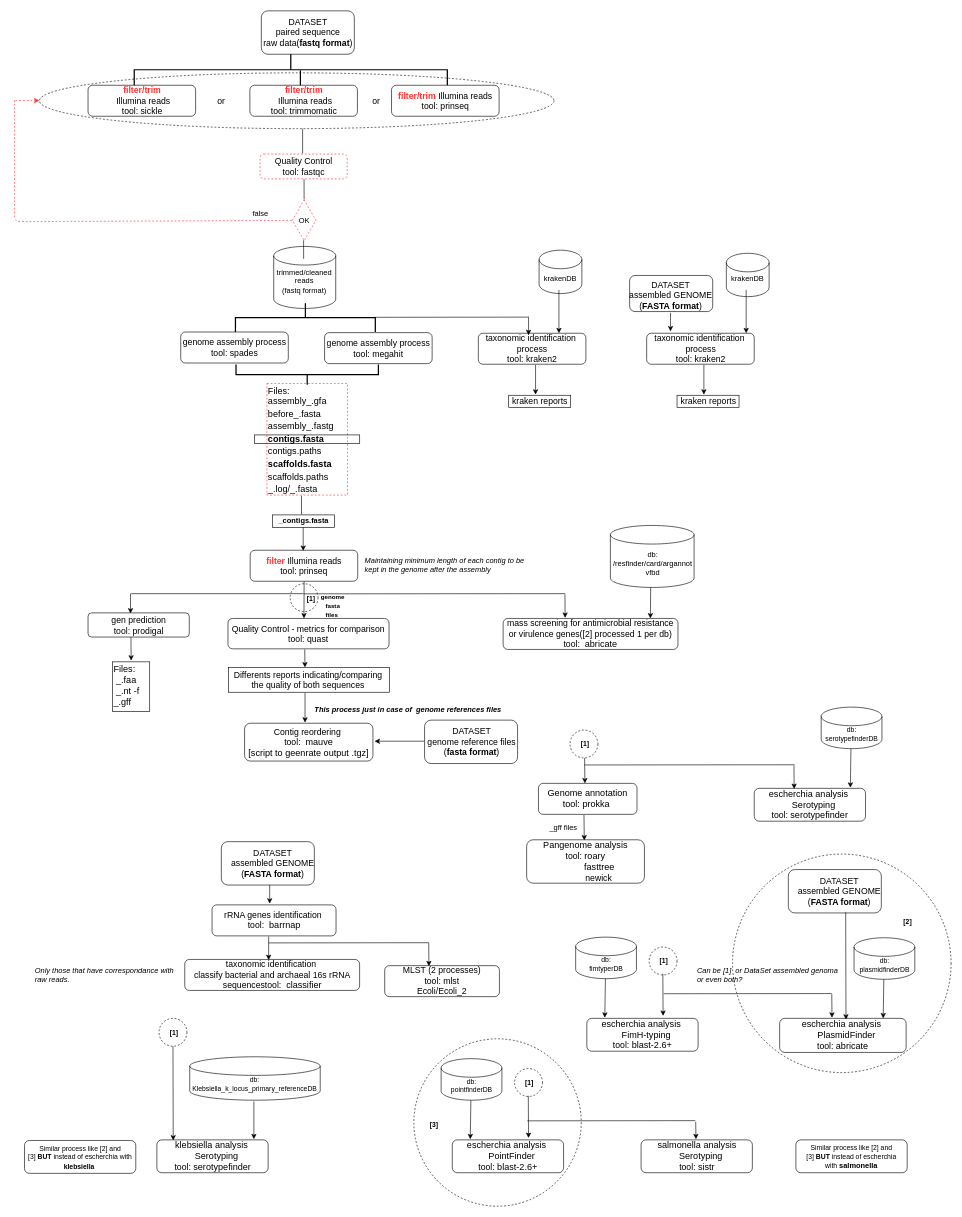
Earlier version of the draw.io diagram standarpipelineworkflow-longversion.drawio (ldipotetjob/genx). Source tidied: cells renumbered, new cells numbered last; positions are measured from the earlier drawing's top-left corner, leaving out a move shared by most shapes. Both pictures are drawn from the tidied source at 62%, with x=0, y=0 at pixel (14, -87).
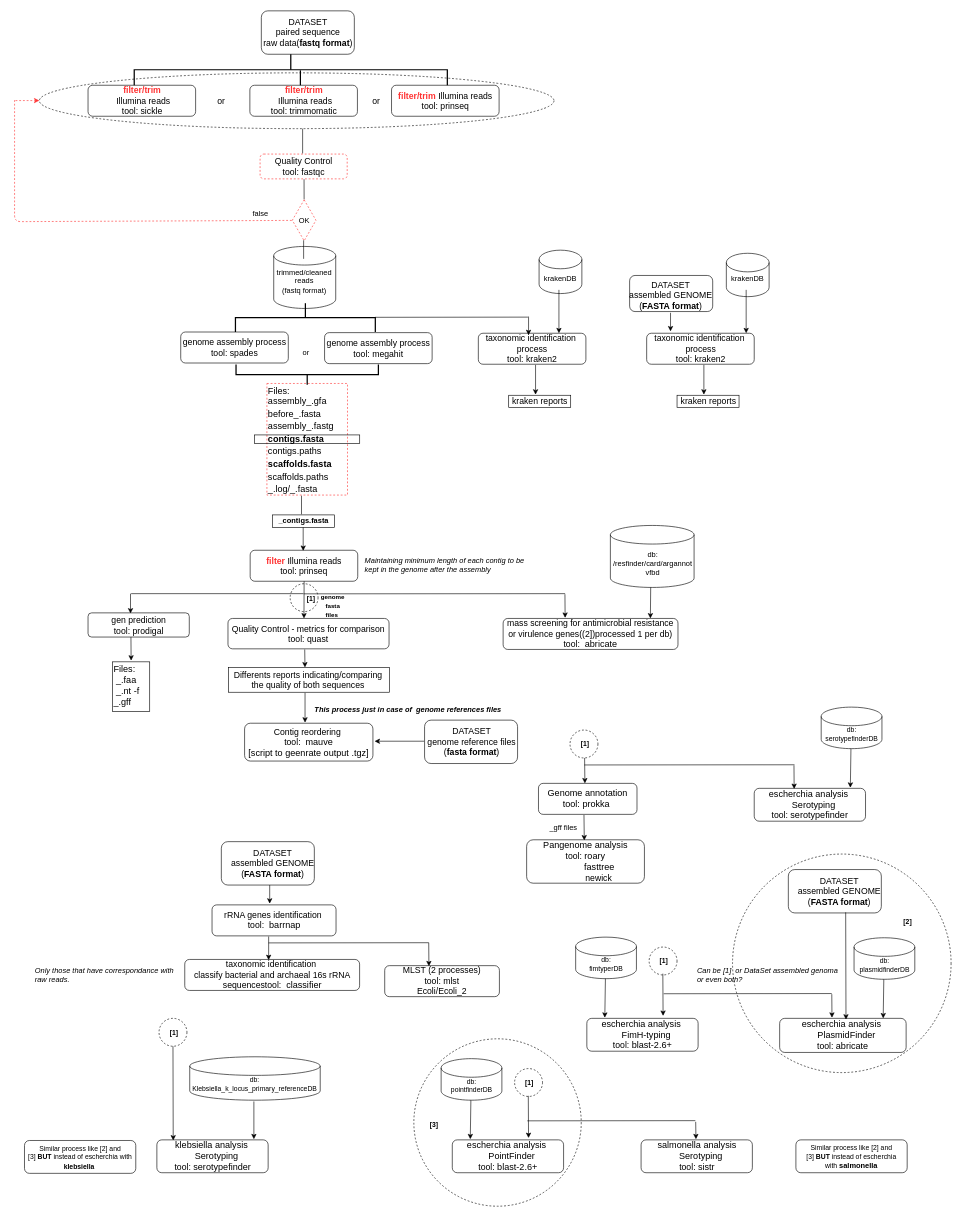
After the change.

What changed in the source:
```diff
@@
-    <mxCell id="72" value="&lt;font&gt;&lt;span style=&quot;font-size: 14px&quot;&gt;mass screening for antimicrobial resistance or virulence genes([2] processed 1 per db)&lt;br&gt;&lt;/span&gt;&lt;span style=&quot;font-size: 14px&quot;&gt;tool:&amp;nbsp;&lt;/span&gt;&lt;span id=&quot;docs-internal-guid-eec0f8a5-7fff-683e-a7e2-8d98a260feaf&quot; style=&quot;font-size: 14px&quot;&gt;&lt;span style=&quot;font-size: 11pt ; font-family: &amp;#34;arial&amp;#34; ; background-color: transparent ; vertical-align: baseline&quot;&gt;&amp;nbsp;abricate&lt;/span&gt;&lt;/span&gt;&lt;br&gt;&lt;/font&gt;" style="rounded=1;whiteSpace=wrap;html=1;fillColor=none;" parent="1" vertex="1">
+    <mxCell id="72" value="&lt;font&gt;&lt;span style=&quot;font-size: 14px&quot;&gt;mass screening for antimicrobial resistance or virulence genes((2])processed 1 per db)&lt;br&gt;&lt;/span&gt;&lt;span style=&quot;font-size: 14px&quot;&gt;tool:&amp;nbsp;&lt;/span&gt;&lt;span id=&quot;docs-internal-guid-eec0f8a5-7fff-683e-a7e2-8d98a260feaf&quot; style=&quot;font-size: 14px&quot;&gt;&lt;span style=&quot;font-size: 11pt ; font-family: &amp;#34;arial&amp;#34; ; background-color: transparent ; vertical-align: baseline&quot;&gt;&amp;nbsp;abricate&lt;/span&gt;&lt;/span&gt;&lt;br&gt;&lt;/font&gt;" style="rounded=1;whiteSpace=wrap;html=1;fillColor=none;" parent="1" vertex="1">
       <mxGeometry x="788" y="1138" width="282" height="50" as="geometry" />
     </mxCell>
@@
+    <mxCell id="138" value="or" style="text;whiteSpace=wrap;html=1;" parent="1" vertex="1">
+      <mxGeometry x="462.5" y="696" width="40" height="30" as="geometry" />
+    </mxCell>
```
